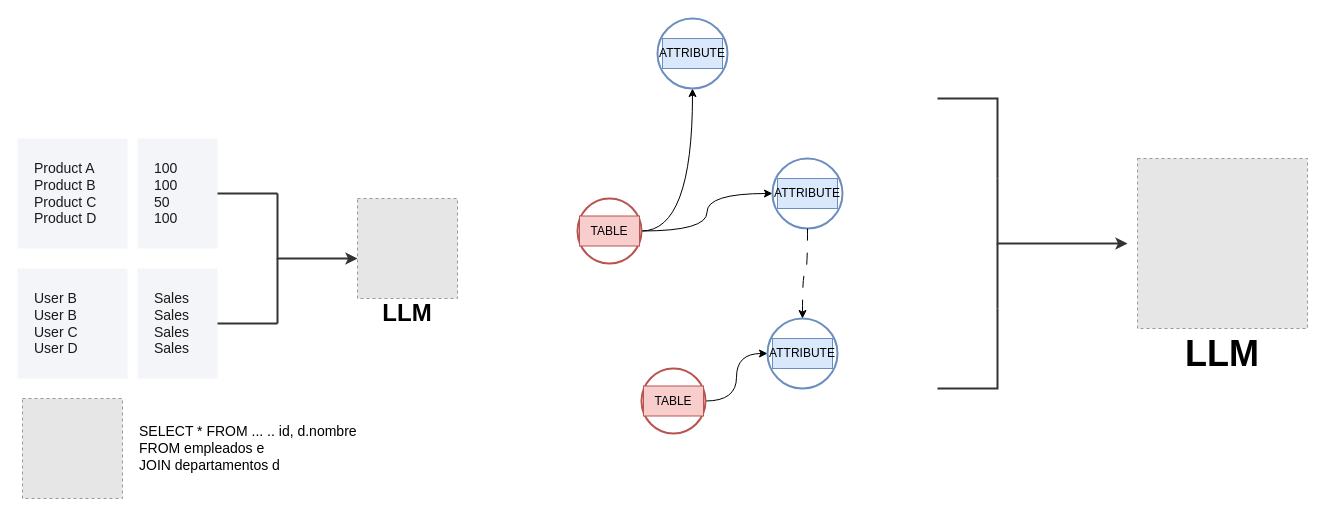
Before: bigQuery/DIAGRAMAS_SAPIEN.drawio in Ant-On-03/mental-models, a draw.io diagram. Source tidied: cells renumbered, new cells numbered last; positions are measured from the earlier drawing's top-left corner, leaving out a move shared by most shapes. Both pictures are drawn from the tidied source at 100%, with x=0, y=0 at pixel (17, 18). Pictures stored in the file or linked from it are replaced by grey dashed boxes.
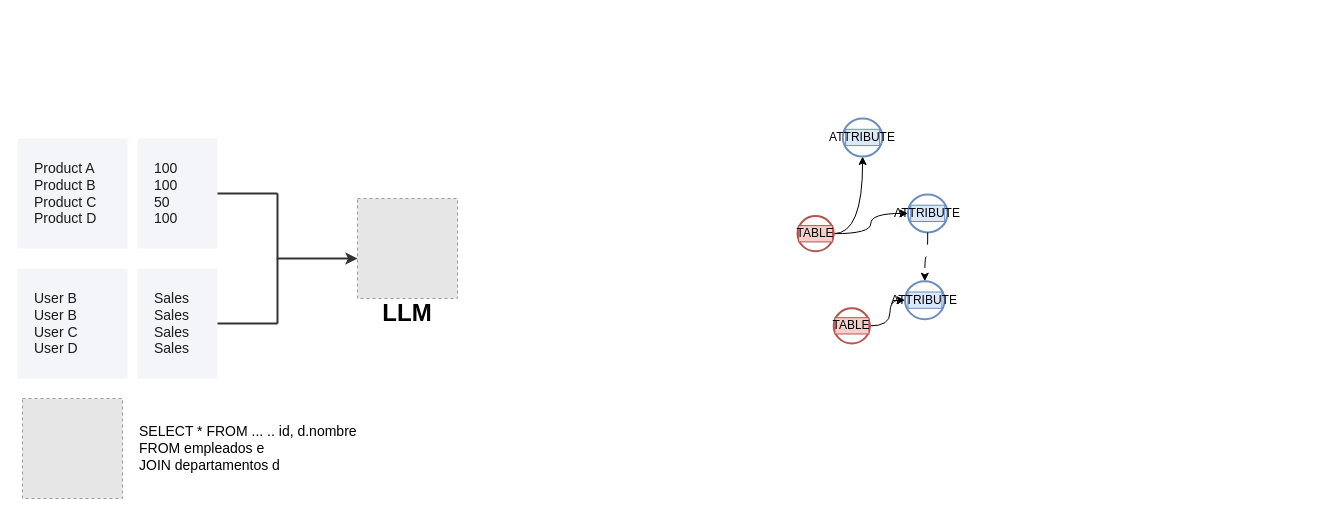
After the change.

Diff of the diagram source:
```diff
@@
+    <mxCell id="34" style="group;" parent="1" vertex="1">
+      <mxGeometry x="780" y="100" width="150" height="225" as="geometry" />
+    </mxCell>
-    <mxCell id="14" style="edgeStyle=orthogonalEdgeStyle;rounded=0;jettySize=auto;html=1;curved=1;" parent="1" edge="1" source="16" target="18">
+    <mxCell id="14" style="edgeStyle=orthogonalEdgeStyle;rounded=0;jettySize=auto;html=1;curved=1;" parent="34" edge="1" source="16" target="18">
       <mxGeometry relative="1" as="geometry" />
     </mxCell>
-    <mxCell id="15" style="edgeStyle=orthogonalEdgeStyle;rounded=0;jettySize=auto;html=1;curved=1;" parent="1" edge="1" source="16" target="20">
+    <mxCell id="15" style="edgeStyle=orthogonalEdgeStyle;rounded=0;jettySize=auto;html=1;curved=1;" parent="34" edge="1" source="16" target="20">
       <mxGeometry relative="1" as="geometry" />
     </mxCell>
-    <mxCell id="16" style="html=1;verticalLabelPosition=bottom;labelBackgroundColor=#ffffff;verticalAlign=top;shadow=0;dashed=0;strokeWidth=2;shape=mxgraph.ios7.misc.circle;strokeColor=#b85450;fillColor=#f8cecc;" parent="1" vertex="1">
-      <mxGeometry x="560" y="180" width="64" height="65" as="geometry" />
+    <mxCell id="16" style="html=1;verticalLabelPosition=bottom;labelBackgroundColor=#ffffff;verticalAlign=top;shadow=0;dashed=0;strokeWidth=2;shape=mxgraph.ios7.misc.circle;strokeColor=#b85450;fillColor=#f8cecc;" parent="34" vertex="1">
+      <mxGeometry y="97.6" width="36.2" height="35.2" as="geometry" />
     </mxCell>
-    <mxCell id="17" value="TABLE" style="text;html=1;whiteSpace=wrap;strokeColor=#b85450;fillColor=#f8cecc;align=center;verticalAlign=middle;rounded=0;" parent="1" vertex="1">
-      <mxGeometry x="562" y="197.5" width="60" height="30" as="geometry" />
+    <mxCell id="17" value="TABLE" style="text;html=1;whiteSpace=wrap;strokeColor=#b85450;fillColor=#f8cecc;align=center;verticalAlign=middle;rounded=0;" parent="34" vertex="1">
+      <mxGeometry x="1.1" y="107.1" width="34" height="16.3" as="geometry" />
     </mxCell>
-    <mxCell id="18" style="html=1;verticalLabelPosition=bottom;labelBackgroundColor=#ffffff;verticalAlign=top;shadow=0;dashed=0;strokeWidth=2;shape=mxgraph.ios7.misc.circle;strokeColor=#6c8ebf;fillColor=#dae8fc;" parent="1" vertex="1">
-      <mxGeometry x="640" width="70" height="70" as="geometry" />
+    <mxCell id="18" style="html=1;verticalLabelPosition=bottom;labelBackgroundColor=#ffffff;verticalAlign=top;shadow=0;dashed=0;strokeWidth=2;shape=mxgraph.ios7.misc.circle;strokeColor=#6c8ebf;fillColor=#dae8fc;" parent="34" vertex="1">
+      <mxGeometry x="45.3" width="39.6" height="38" as="geometry" />
     </mxCell>
-    <mxCell id="19" value="ATTRIBUTE" style="text;html=1;whiteSpace=wrap;strokeColor=#6c8ebf;fillColor=#dae8fc;align=center;verticalAlign=middle;rounded=0;" parent="1" vertex="1">
-      <mxGeometry x="645" y="20" width="60" height="30" as="geometry" />
+    <mxCell id="19" value="ATTRIBUTE" style="text;html=1;whiteSpace=wrap;strokeColor=#6c8ebf;fillColor=#dae8fc;align=center;verticalAlign=middle;rounded=0;" parent="34" vertex="1">
+      <mxGeometry x="48.1" y="10.8" width="34" height="16.3" as="geometry" />
     </mxCell>
-    <mxCell id="20" style="html=1;verticalLabelPosition=bottom;labelBackgroundColor=#ffffff;verticalAlign=top;shadow=0;dashed=0;strokeWidth=2;shape=mxgraph.ios7.misc.circle;strokeColor=#6c8ebf;fillColor=#dae8fc;" parent="1" vertex="1">
-      <mxGeometry x="755" y="140" width="70" height="70" as="geometry" />
+    <mxCell id="20" style="html=1;verticalLabelPosition=bottom;labelBackgroundColor=#ffffff;verticalAlign=top;shadow=0;dashed=0;strokeWidth=2;shape=mxgraph.ios7.misc.circle;strokeColor=#6c8ebf;fillColor=#dae8fc;" parent="34" vertex="1">
+      <mxGeometry x="110.4" y="75.9" width="39.6" height="38" as="geometry" />
     </mxCell>
-    <mxCell id="21" value="ATTRIBUTE" style="text;html=1;whiteSpace=wrap;strokeColor=#6c8ebf;fillColor=#dae8fc;align=center;verticalAlign=middle;rounded=0;" parent="1" vertex="1">
-      <mxGeometry x="760" y="160" width="60" height="30" as="geometry" />
+    <mxCell id="21" value="ATTRIBUTE" style="text;html=1;whiteSpace=wrap;strokeColor=#6c8ebf;fillColor=#dae8fc;align=center;verticalAlign=middle;rounded=0;" parent="34" vertex="1">
+      <mxGeometry x="113.2" y="86.7" width="34" height="16.3" as="geometry" />
     </mxCell>
-    <mxCell id="22" style="edgeStyle=orthogonalEdgeStyle;rounded=0;jettySize=auto;html=1;exitX=1;exitY=0.5;exitDx=0;exitDy=0;exitPerimeter=0;curved=1;" parent="1" edge="1" source="23" target="25">
+    <mxCell id="22" style="edgeStyle=orthogonalEdgeStyle;rounded=0;jettySize=auto;html=1;exitX=1;exitY=0.5;exitDx=0;exitDy=0;exitPerimeter=0;curved=1;" parent="34" edge="1" source="23" target="25">
       <mxGeometry relative="1" as="geometry" />
     </mxCell>
-    <mxCell id="23" style="html=1;verticalLabelPosition=bottom;labelBackgroundColor=#ffffff;verticalAlign=top;shadow=0;dashed=0;strokeWidth=2;shape=mxgraph.ios7.misc.circle;strokeColor=#b85450;fillColor=#f8cecc;" parent="1" vertex="1">
-      <mxGeometry x="624" y="350" width="64" height="65" as="geometry" />
+    <mxCell id="23" style="html=1;verticalLabelPosition=bottom;labelBackgroundColor=#ffffff;verticalAlign=top;shadow=0;dashed=0;strokeWidth=2;shape=mxgraph.ios7.misc.circle;strokeColor=#b85450;fillColor=#f8cecc;" parent="34" vertex="1">
+      <mxGeometry x="36.2" y="189.8" width="36.2" height="35.2" as="geometry" />
     </mxCell>
-    <mxCell id="24" value="TABLE" style="text;html=1;whiteSpace=wrap;strokeColor=#b85450;fillColor=#f8cecc;align=center;verticalAlign=middle;rounded=0;" parent="1" vertex="1">
-      <mxGeometry x="626" y="367.5" width="60" height="30" as="geometry" />
+    <mxCell id="24" value="TABLE" style="text;html=1;whiteSpace=wrap;strokeColor=#b85450;fillColor=#f8cecc;align=center;verticalAlign=middle;rounded=0;" parent="34" vertex="1">
+      <mxGeometry x="37.4" y="199.2" width="34" height="16.3" as="geometry" />
     </mxCell>
-    <mxCell id="25" style="html=1;verticalLabelPosition=bottom;labelBackgroundColor=#ffffff;verticalAlign=top;shadow=0;dashed=0;strokeWidth=2;shape=mxgraph.ios7.misc.circle;strokeColor=#6c8ebf;fillColor=#dae8fc;" parent="1" vertex="1">
-      <mxGeometry x="750" y="300" width="70" height="70" as="geometry" />
+    <mxCell id="25" style="html=1;verticalLabelPosition=bottom;labelBackgroundColor=#ffffff;verticalAlign=top;shadow=0;dashed=0;strokeWidth=2;shape=mxgraph.ios7.misc.circle;strokeColor=#6c8ebf;fillColor=#dae8fc;" parent="34" vertex="1">
+      <mxGeometry x="107.5" y="162.7" width="39.6" height="38" as="geometry" />
     </mxCell>
-    <mxCell id="26" value="ATTRIBUTE" style="text;html=1;whiteSpace=wrap;strokeColor=#6c8ebf;fillColor=#dae8fc;align=center;verticalAlign=middle;rounded=0;" parent="1" vertex="1">
-      <mxGeometry x="755" y="320" width="60" height="30" as="geometry" />
+    <mxCell id="26" value="ATTRIBUTE" style="text;html=1;whiteSpace=wrap;strokeColor=#6c8ebf;fillColor=#dae8fc;align=center;verticalAlign=middle;rounded=0;" parent="34" vertex="1">
+      <mxGeometry x="110.4" y="173.5" width="34" height="16.3" as="geometry" />
     </mxCell>
-    <mxCell id="27" style="edgeStyle=orthogonalEdgeStyle;rounded=0;jettySize=auto;html=1;exitX=0.5;exitY=1;exitDx=0;exitDy=0;exitPerimeter=0;entryX=0.5;entryY=0;entryDx=0;entryDy=0;entryPerimeter=0;curved=1;dashed=1;dashPattern=12 12;" parent="1" edge="1" source="20" target="25">
+    <mxCell id="27" style="edgeStyle=orthogonalEdgeStyle;rounded=0;jettySize=auto;html=1;exitX=0.5;exitY=1;exitDx=0;exitDy=0;exitPerimeter=0;entryX=0.5;entryY=0;entryDx=0;entryDy=0;entryPerimeter=0;curved=1;dashed=1;dashPattern=12 12;" parent="34" edge="1" source="20" target="25">
       <mxGeometry relative="1" as="geometry" />
     </mxCell>
-    <mxCell id="28" style="edgeStyle=orthogonalEdgeStyle;rounded=0;orthogonalLoop=1;jettySize=auto;html=1;endArrow=none;endFill=0;strokeWidth=2;strokeColor=#333333;" parent="1" edge="1">
-      <mxGeometry relative="1" as="geometry">
-        <mxPoint x="920" y="80" as="sourcePoint" />
-        <mxPoint x="980" y="160" as="targetPoint" />
-        <Array as="points">
-          <mxPoint x="920" y="80" />
-          <mxPoint x="980" y="80" />
-        </Array>
-      </mxGeometry>
-    </mxCell>
-    <mxCell id="29" style="edgeStyle=orthogonalEdgeStyle;rounded=0;orthogonalLoop=1;jettySize=auto;html=1;endArrow=none;endFill=0;strokeWidth=2;strokeColor=#333333;" parent="1" edge="1">
-      <mxGeometry relative="1" as="geometry">
-        <mxPoint x="920" y="370" as="sourcePoint" />
-        <mxPoint x="980" y="290" as="targetPoint" />
-        <Array as="points">
-          <mxPoint x="920" y="370" />
-          <mxPoint x="980" y="370" />
-        </Array>
-      </mxGeometry>
-    </mxCell>
-    <mxCell id="30" style="edgeStyle=orthogonalEdgeStyle;rounded=0;orthogonalLoop=1;jettySize=auto;html=1;endArrow=classic;endFill=1;strokeWidth=2;strokeColor=#333333;" parent="1" edge="1">
-      <mxGeometry relative="1" as="geometry">
-        <mxPoint x="980" y="160" as="sourcePoint" />
-        <mxPoint x="1110" y="225" as="targetPoint" />
-        <Array as="points">
-          <mxPoint x="980" y="225" />
-        </Array>
-      </mxGeometry>
-    </mxCell>
-    <mxCell id="31" style="edgeStyle=orthogonalEdgeStyle;rounded=0;orthogonalLoop=1;jettySize=auto;html=1;endArrow=none;endFill=0;strokeWidth=2;strokeColor=#333333;" parent="1" edge="1">
-      <mxGeometry relative="1" as="geometry">
-        <mxPoint x="980" y="290" as="sourcePoint" />
-        <mxPoint x="980" y="225" as="targetPoint" />
-      </mxGeometry>
-    </mxCell>
-    <mxCell id="32" style="fillColor=#E6E6E6;strokeColor=#999999;dashed=1;html=1;verticalAlign=top;verticalLabelPosition=bottom;labelBackgroundColor=#ffffff;" parent="1" vertex="1">
-      <mxGeometry x="1120" y="140" width="170" height="170" as="geometry" />
-    </mxCell>
-    <mxCell id="33" value="&lt;b&gt;&lt;font style=&quot;font-size: 36px;&quot;&gt;LLM&lt;/font&gt;&lt;/b&gt;" style="text;html=1;whiteSpace=wrap;strokeColor=none;fillColor=none;align=center;verticalAlign=middle;rounded=0;" parent="1" vertex="1">
-      <mxGeometry x="1130" y="300" width="150" height="70" as="geometry" />
-    </mxCell>
```
